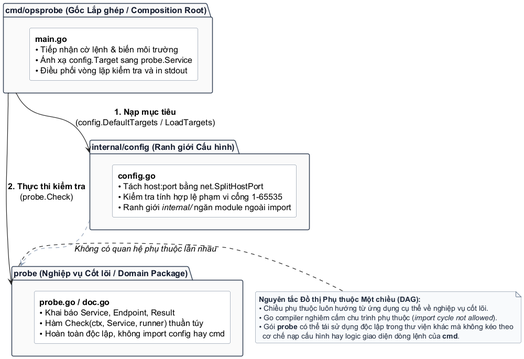
The PlantUML diagram assets/diagrams/package-boundary-graph.png in Minhlike/Golang, before a commit.
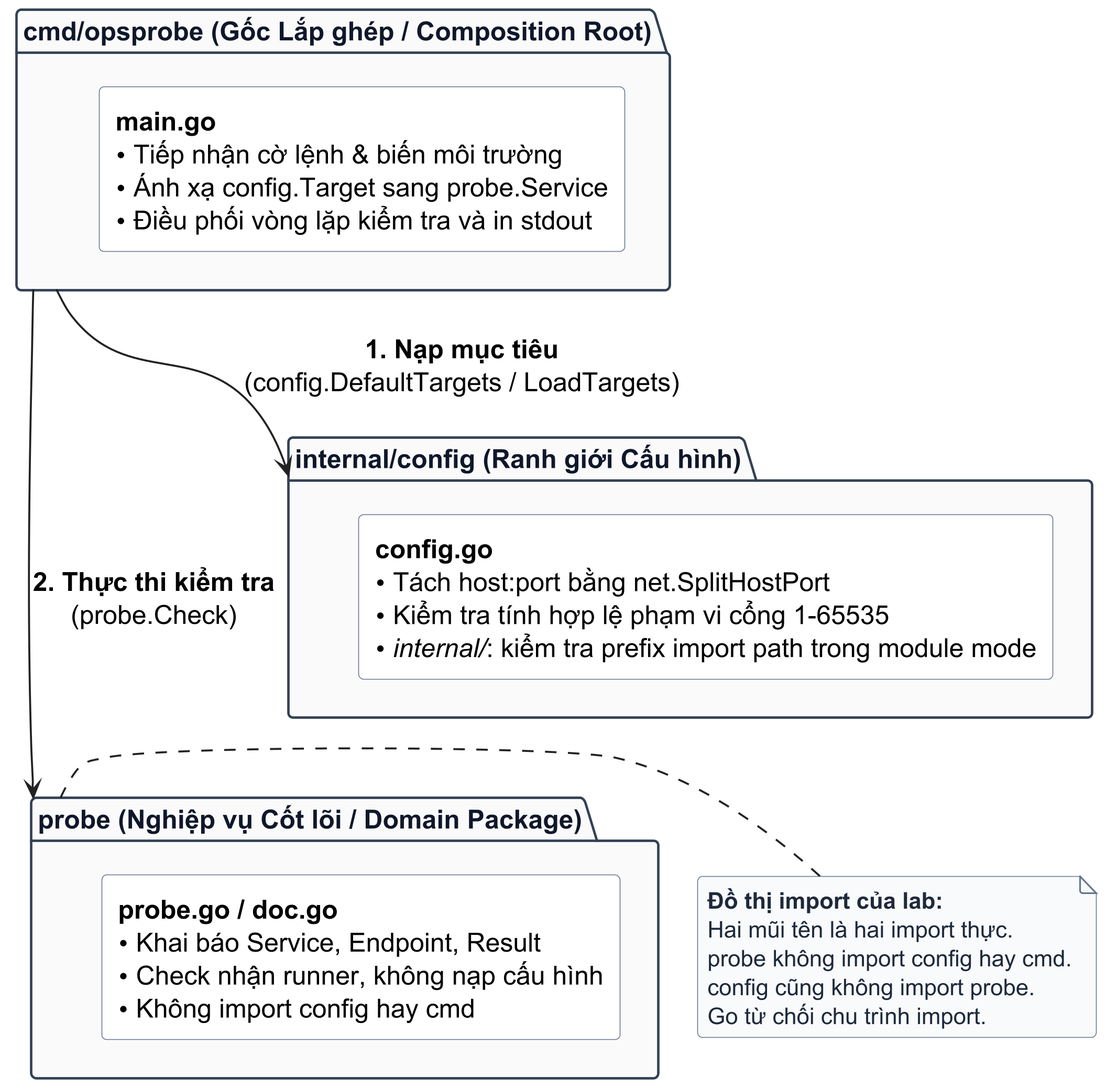
After the change.

The edit, as a diff of the source:
```diff
@@ -1,4 +1,5 @@
 @startuml
+skinparamlocked dpi 300
 skinparam backgroundColor #FFFFFF
 skinparam defaultFontName "Source Sans 3"
 skinparam defaultFontSize 16
@@ -34,23 +35,23 @@
 }
 
 package "internal/config (Ranh giới Cấu hình)" as pkg_config {
-  rectangle "<b>config.go</b>\n• Tách host:port bằng net.SplitHostPort\n• Kiểm tra tính hợp lệ phạm vi cổng 1-65535\n• Ranh giới <i>internal/</i> ngăn module ngoài import" as config_content
+  rectangle "<b>config.go</b>\n• Tách host:port bằng net.SplitHostPort\n• Kiểm tra tính hợp lệ phạm vi cổng 1-65535\n• <i>internal/</i>: kiểm tra prefix import path trong module mode" as config_content
 }
 
 package "probe (Nghiệp vụ Cốt lõi / Domain Package)" as pkg_probe {
-  rectangle "<b>probe.go / doc.go</b>\n• Khai báo Service, Endpoint, Result\n• Hàm Check(ctx, Service, runner) thuần túy\n• Hoàn toàn độc lập, không import config hay cmd" as probe_content
+  rectangle "<b>probe.go / doc.go</b>\n• Khai báo Service, Endpoint, Result\n• Check nhận runner, không nạp cấu hình\n• Không import config hay cmd" as probe_content
 }
 
 pkg_cmd -down-> pkg_config : <b>1. Nạp mục tiêu</b>\n(config.DefaultTargets / LoadTargets)
 pkg_cmd -down-> pkg_probe : <b>2. Thực thi kiểm tra</b>\n(probe.Check)
 
-pkg_config .[#94A3B8].> pkg_probe : <i>Không có quan hệ phụ thuộc lẫn nhau</i>
+pkg_config -[hidden]down-> pkg_probe
 
 note right of pkg_probe
-  <b>Nguyên tắc Đồ thị Phụ thuộc Một chiều (DAG):</b>
-  • Chiều phụ thuộc luôn hướng từ ứng dụng cụ thể về nghiệp vụ cốt lõi.
-  • Go compiler nghiêm cấm chu trình phụ thuộc (<i>import cycle not allowed</i>).
-  • Gói <b>probe</b> có thể tái sử dụng độc lập trong thư viện khác mà không kéo theo
-    cơ chế nạp cấu hình hay logic giao diện dòng lệnh của <b>cmd</b>.
+  <b>Đồ thị import của lab:</b>
+  Hai mũi tên là hai import thực.
+  probe không import config hay cmd.
+  config cũng không import probe.
+  Go từ chối chu trình import.
 end note
 @enduml
```
